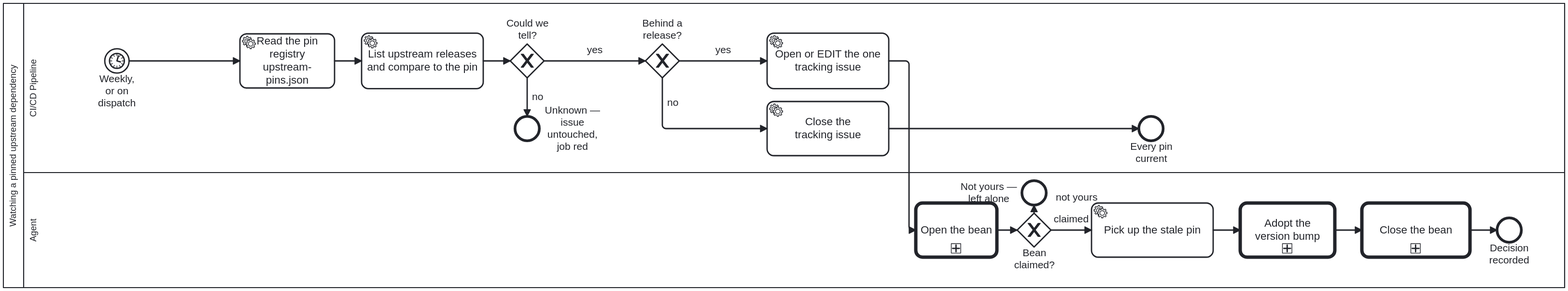
Above: docs/assets/img/workflows/upstream-pin-watch.svg in litlfred/cat-harness (BPMN), before the change. Its source is kept beside it as processes/sdlc/upstream-pin-watch.bpmn. Ids are renumbered.
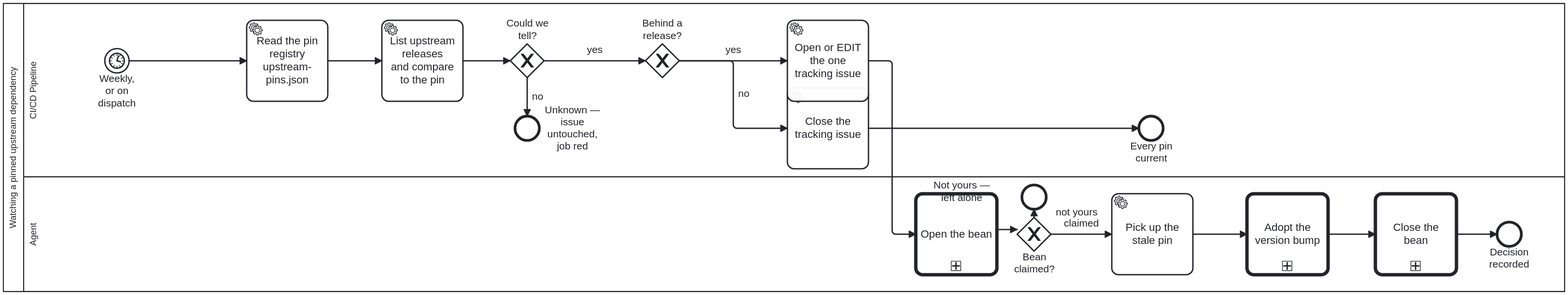
After the commit.

What changed in the source:
```diff
@@ -119,22 +119,22 @@
   <bpmndi:BPMNDiagram id="Diagram_Process_UpstreamPinWatch">
     <bpmndi:BPMNPlane id="Plane_Process_UpstreamPinWatch" bpmnElement="Collaboration_Process_UpstreamPinWatch">
       <bpmndi:BPMNShape id="Shape_Participant_Process_UpstreamPinWatch" bpmnElement="Participant_Process_UpstreamPinWatch" isHorizontal="true">
-        <dc:Bounds x="160" y="80" width="2310" height="420" />
+        <dc:Bounds x="160" y="80" width="2310" height="427" />
       </bpmndi:BPMNShape>
       <bpmndi:BPMNShape id="Shape_Lane_Ci" bpmnElement="Lane_Ci" isHorizontal="true">
-        <dc:Bounds x="190" y="80" width="2280" height="250" />
+        <dc:Bounds x="190" y="80" width="2280" height="257" />
       </bpmndi:BPMNShape>
       <bpmndi:BPMNShape id="Shape_Lane_Agent_Watch" bpmnElement="Lane_Agent" isHorizontal="true">
-        <dc:Bounds x="190" y="330" width="2280" height="170" />
+        <dc:Bounds x="190" y="337" width="2280" height="170" />
       </bpmndi:BPMNShape>
       <bpmndi:BPMNShape id="Shape_Start_Sweep" bpmnElement="Start_Sweep">
         <dc:Bounds x="310" y="147" width="36" height="36" />
       </bpmndi:BPMNShape>
       <bpmndi:BPMNShape id="Shape_Task_ReadPins" bpmnElement="Task_ReadPins">
-        <dc:Bounds x="510" y="125" width="140" height="80" />
+        <dc:Bounds x="520" y="105" width="120" height="120" />
       </bpmndi:BPMNShape>
       <bpmndi:BPMNShape id="Shape_Task_QueryUpstream" bpmnElement="Task_QueryUpstream">
-        <dc:Bounds x="690" y="124" width="180" height="82" />
+        <dc:Bounds x="720" y="105" width="120" height="120" />
       </bpmndi:BPMNShape>
       <bpmndi:BPMNShape id="Shape_GW_Determined" bpmnElement="GW_Determined" isMarkerVisible="true">
         <dc:Bounds x="910" y="140" width="50" height="50" />
@@ -149,33 +149,33 @@
 
       <bpmndi:BPMNLabel><dc:Bounds x="1090" y="101" width="90" height="35" /></bpmndi:BPMNLabel></bpmndi:BPMNShape>
       <bpmndi:BPMNShape id="Shape_Task_CloseIssue" bpmnElement="Task_CloseIssue">
-        <dc:Bounds x="1290" y="225" width="180" height="80" />
+        <dc:Bounds x="1320" y="205" width="120" height="120" />
       </bpmndi:BPMNShape>
       <bpmndi:BPMNShape id="Shape_End_Current" bpmnElement="End_Current">
         <dc:Bounds x="1840" y="247" width="36" height="36" />
       </bpmndi:BPMNShape>
       <bpmndi:BPMNShape id="Shape_Task_TrackIssue" bpmnElement="Task_TrackIssue">
-        <dc:Bounds x="1290" y="124" width="180" height="82" />
+        <dc:Bounds x="1320" y="105" width="120" height="120" />
       </bpmndi:BPMNShape>
       <bpmndi:BPMNShape id="Shape_A_PickUp" bpmnElement="A_PickUp">
-        <dc:Bounds x="1770" y="375" width="180" height="80" />
+        <dc:Bounds x="1800" y="362" width="120" height="120" />
       </bpmndi:BPMNShape>
       <bpmndi:BPMNShape id="Shape_Call_Adopt" bpmnElement="Call_Adopt">
-        <dc:Bounds x="1990" y="375" width="140" height="80" />
+        <dc:Bounds x="2000" y="362" width="120" height="120" />
       </bpmndi:BPMNShape>
       <bpmndi:BPMNShape id="Shape_End_Handled" bpmnElement="End_Handled">
-        <dc:Bounds x="2370" y="397" width="36" height="36" />
+        <dc:Bounds x="2370" y="404" width="36" height="36" />
       </bpmndi:BPMNShape>
       <bpmndi:BPMNEdge id="Edge_SF_PW_1" bpmnElement="SF_PW_1">
         <di:waypoint x="346" y="165" />
-        <di:waypoint x="510" y="165" />
+        <di:waypoint x="520" y="165" />
       </bpmndi:BPMNEdge>
       <bpmndi:BPMNEdge id="Edge_SF_PW_2" bpmnElement="SF_PW_2">
-        <di:waypoint x="650" y="165" />
-        <di:waypoint x="690" y="165" />
+        <di:waypoint x="640" y="165" />
+        <di:waypoint x="720" y="165" />
       </bpmndi:BPMNEdge>
       <bpmndi:BPMNEdge id="Edge_SF_PW_3" bpmnElement="SF_PW_3">
-        <di:waypoint x="870" y="165" />
+        <di:waypoint x="840" y="165" />
         <di:waypoint x="910" y="165" />
       </bpmndi:BPMNEdge>
       <bpmndi:BPMNEdge id="Edge_SF_PW_4" bpmnElement="SF_PW_4">
@@ -187,51 +187,55 @@
         <di:waypoint x="1110" y="165" />
       </bpmndi:BPMNEdge>
       <bpmndi:BPMNEdge id="Edge_SF_PW_6" bpmnElement="SF_PW_6">
-        <di:waypoint x="1135" y="190" />
-        <di:waypoint x="1135" y="265" />
-        <di:waypoint x="1290" y="265" />
+        <di:waypoint x="1160" y="165" />
+        <di:waypoint x="1240" y="165" />
+        <di:waypoint x="1240" y="265" />
+        <di:waypoint x="1320" y="265" />
       </bpmndi:BPMNEdge>
       <bpmndi:BPMNEdge id="Edge_SF_PW_7" bpmnElement="SF_PW_7">
-        <di:waypoint x="1470" y="265" />
+        <di:waypoint x="1440" y="265" />
         <di:waypoint x="1840" y="265" />
       </bpmndi:BPMNEdge>
       <bpmndi:BPMNEdge id="Edge_SF_PW_8" bpmnElement="SF_PW_8">
         <di:waypoint x="1160" y="165" />
-        <di:waypoint x="1290" y="165" />
+        <di:waypoint x="1320" y="165" />
       </bpmndi:BPMNEdge>
       <bpmndi:BPMNEdge id="Edge_SF_PW_9" bpmnElement="SF_PW_9">
-        <di:waypoint x="1470" y="165" />
-        <di:waypoint x="1500" y="165" />
-        <di:waypoint x="1500" y="415" />
-        <di:waypoint x="1510" y="415" />
+        <di:waypoint x="1440" y="165" />
+        <di:waypoint x="1475" y="165" />
+        <di:waypoint x="1475" y="422" />
+        <di:waypoint x="1510" y="422" />
       </bpmndi:BPMNEdge>
       <bpmndi:BPMNEdge id="Edge_SF_PW_10" bpmnElement="SF_PW_10">
-        <di:waypoint x="1950" y="415" />
-        <di:waypoint x="1990" y="415" />
+        <di:waypoint x="1920" y="422" />
+        <di:waypoint x="2000" y="422" />
       </bpmndi:BPMNEdge>
       <bpmndi:BPMNEdge id="Edge_SF_PW_11" bpmnElement="SF_PW_11">
-        <di:waypoint x="2130" y="415" />
-        <di:waypoint x="2170" y="415" />
+        <di:waypoint x="2120" y="422" />
+        <di:waypoint x="2190" y="422" />
       </bpmndi:BPMNEdge>
-      <bpmndi:BPMNShape id="Call_BeanOpen_di" bpmnElement="Call_BeanOpen"><dc:Bounds x="1510" y="375" width="120" height="80" /></bpmndi:BPMNShape>
+      <bpmndi:BPMNShape id="Call_BeanOpen_di" bpmnElement="Call_BeanOpen"><dc:Bounds x="1510" y="362" width="120" height="120" /></bpmndi:BPMNShape>
       <bpmndi:BPMNEdge id="SF_Bean_1_di" bpmnElement="SF_Bean_1">
-        <di:waypoint x="1710" y="415" />
-        <di:waypoint x="1770" y="415" />
+        <di:waypoint x="1710" y="422" />
+        <di:waypoint x="1800" y="422" />
       </bpmndi:BPMNEdge>
-      <bpmndi:BPMNShape id="GW_BeanYours_di" bpmnElement="GW_BeanYours" isMarkerVisible="true"><dc:Bounds x="1660" y="390" width="50" height="50" /></bpmndi:BPMNShape>
-      <bpmndi:BPMNShape id="End_BeanNotYours_di" bpmnElement="End_BeanNotYours"><dc:Bounds x="1667" y="342" width="36" height="36" />
-        <bpmndi:BPMNLabel><dc:Bounds x="1573" y="342" width="90" height="35" /></bpmndi:BPMNLabel>
-      </bpmndi:BPMNShape>
-      <bpmndi:BPMNEdge id="SF_Bean_2_di" bpmnElement="SF_Bean_2"><di:waypoint x="1630" y="415"/><di:waypoint x="1660" y="415"/></bpmndi:BPMNEdge>
+      <bpmndi:BPMNShape id="GW_BeanYours_di" bpmnElement="GW_BeanYours" isMarkerVisible="true"><dc:Bounds x="1660" y="397" width="50" height="50" /></bpmndi:BPMNShape>
+      <bpmndi:BPMNShape id="End_BeanNotYours_di" bpmnElement="End_BeanNotYours"><dc:Bounds x="1667" y="349" width="36" height="36" />
+
+      <bpmndi:BPMNLabel><dc:Bounds x="1488" y="341" width="180" height="18" /></bpmndi:BPMNLabel></bpmndi:BPMNShape>
+      <bpmndi:BPMNEdge id="SF_Bean_2_di" bpmnElement="SF_Bean_2">
+        <di:waypoint x="1630" y="415" />
+        <di:waypoint x="1660" y="415" />
+      </bpmndi:BPMNEdge>
       <bpmndi:BPMNEdge id="SF_Bean_3_di" bpmnElement="SF_Bean_3">
-        <di:waypoint x="1685" y="390" />
-        <di:waypoint x="1685" y="378" />
-        <bpmndi:BPMNLabel><dc:Bounds x="1703" y="357.5" width="90" height="18" /></bpmndi:BPMNLabel>
+        <di:waypoint x="1685" y="397" />
+        <di:waypoint x="1685" y="385" />
+        <bpmndi:BPMNLabel><dc:Bounds x="1703" y="380.5" width="90" height="18" /></bpmndi:BPMNLabel>
       </bpmndi:BPMNEdge>
-      <bpmndi:BPMNShape id="Call_BeanClose_di" bpmnElement="Call_BeanClose"><dc:Bounds x="2170" y="375" width="160" height="80" /></bpmndi:BPMNShape>
+      <bpmndi:BPMNShape id="Call_BeanClose_di" bpmnElement="Call_BeanClose"><dc:Bounds x="2190" y="362" width="120" height="120" /></bpmndi:BPMNShape>
       <bpmndi:BPMNEdge id="SF_Bean_4_di" bpmnElement="SF_Bean_4">
-        <di:waypoint x="2330" y="415" />
-        <di:waypoint x="2370" y="415" />
+        <di:waypoint x="2310" y="422" />
+        <di:waypoint x="2370" y="422" />
       </bpmndi:BPMNEdge>
     </bpmndi:BPMNPlane>
   </bpmndi:BPMNDiagram>
```
